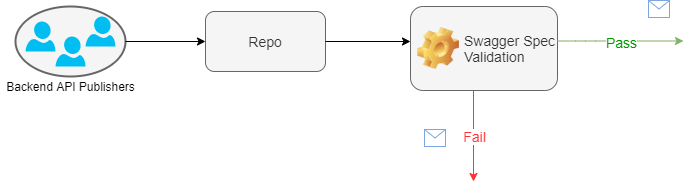
Before: Untitled Diagram.png, a diagram exported from draw.io (joshhnaa/sample). Source tidied: cells renumbered, new cells last; positions are measured from the earlier drawing's top-left corner, leaving out a move shared by most shapes.
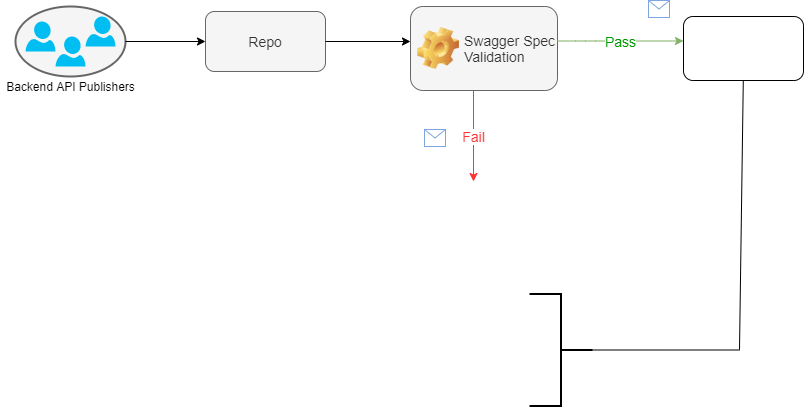
Above is the later version.

What changed in the source:
```diff
@@ -62,5 +62,25 @@
     <mxCell id="16" style="shape=message;html=1;strokeColor=#7EA6E0;" parent="1" vertex="1">
       <mxGeometry x="424" y="129" width="21" height="17" as="geometry" />
     </mxCell>
+    <mxCell id="17" style="rounded=1;whiteSpace=wrap;html=1;fillColor=#FFFFFF;fontSize=14;fontColor=#FF3333;" parent="1" vertex="1">
+      <mxGeometry x="683" y="16" width="120" height="64" as="geometry" />
+    </mxCell>
+    <mxCell id="18" style="strokeWidth=2;html=1;shape=mxgraph.flowchart.annotation_2;align=left;labelPosition=right;fillColor=#FFFFFF;fontSize=14;fontColor=#FF3333;rotation=-180;" parent="1" vertex="1">
+      <mxGeometry x="529" y="293.5" width="63" height="112" as="geometry" />
+    </mxCell>
+    <mxCell id="19" style="endArrow=none;html=1;strokeColor=#000000;fontSize=14;fontColor=#FF3333;" parent="1" edge="1" source="21">
+      <mxGeometry relative="1" as="geometry">
+        <mxPoint x="742.8" y="80" as="targetPoint" />
+      </mxGeometry>
+    </mxCell>
+    <mxCell id="20" style="endArrow=none;html=1;strokeColor=#000000;fontSize=14;fontColor=#FF3333;" parent="1" edge="1">
+      <mxGeometry relative="1" as="geometry">
+        <mxPoint x="711" y="367" as="sourcePoint" />
+        <mxPoint x="711" y="367" as="targetPoint" />
+      </mxGeometry>
+    </mxCell>
+    <mxCell id="21" style="line;strokeWidth=1;html=1;perimeter=backbonePerimeter;points=[];outlineConnect=0;fillColor=#FFFFFF;fontSize=14;fontColor=#FF3333;" parent="1" vertex="1">
+      <mxGeometry x="585" y="346" width="154" height="7" as="geometry" />
+    </mxCell>
   </root>
 </mxGraphModel>
```
